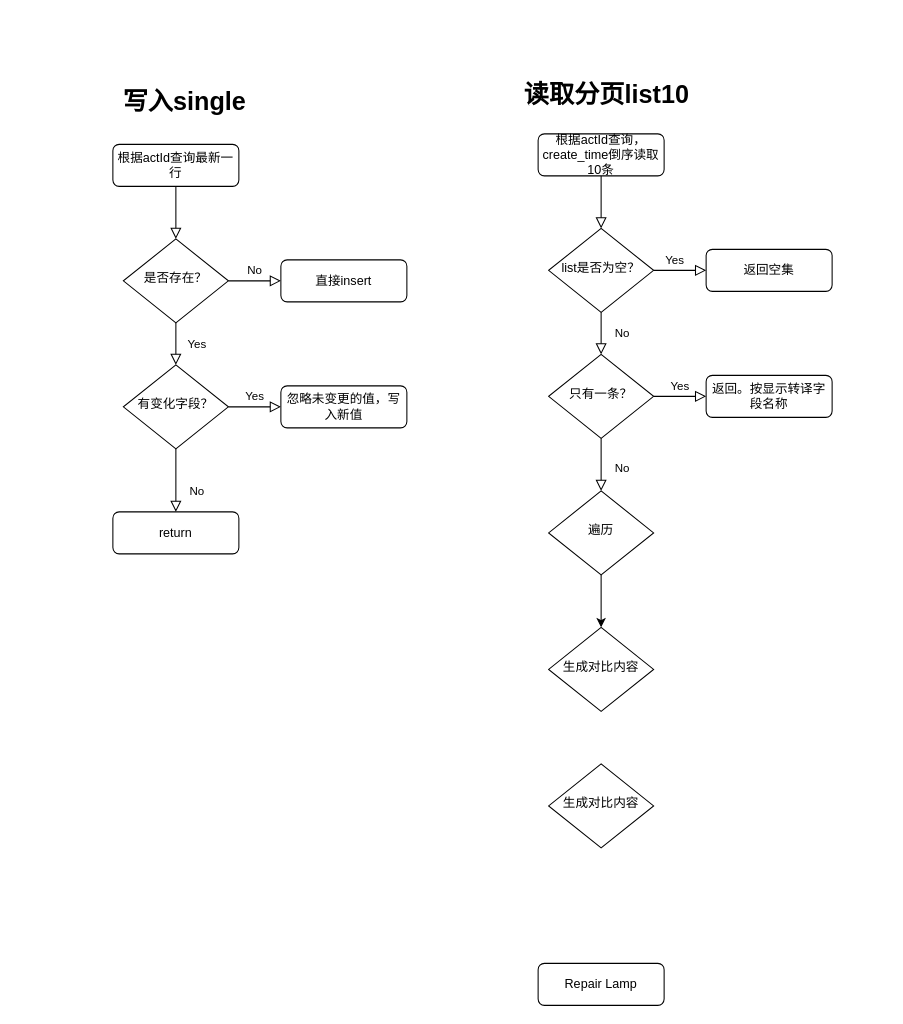
Before: 活动快照日志-流程图.drawio in Luffybaga/draw, a draw.io diagram. Source tidied: cells renumbered, new cells numbered last; positions are measured from the earlier drawing's top-left corner, leaving out a move shared by most shapes. Both pictures are drawn from the tidied source at 105%, with x=0, y=0 at pixel (65, 70).
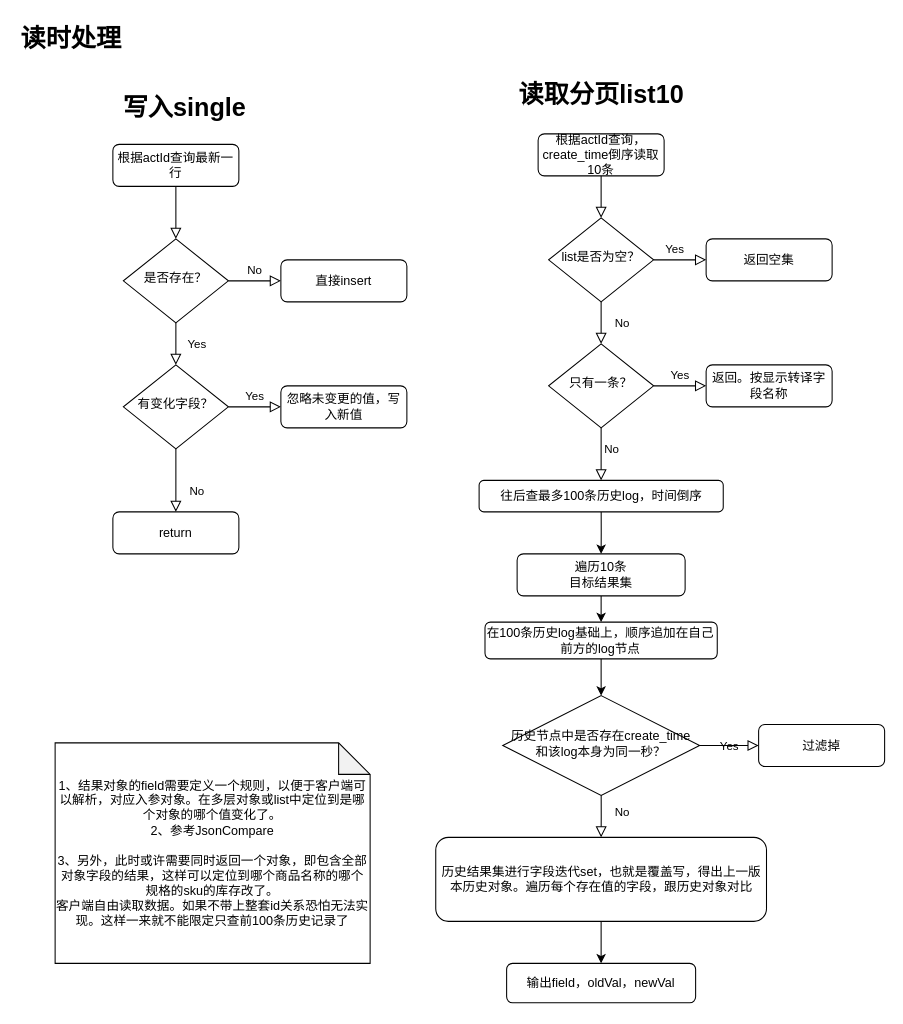
Above is the later version.

Commit message:
更新活动快照日志-流程图.drawio

The edit, as a diff of the source:
```diff
@@
     <mxCell id="13" value="写入single" style="text;strokeColor=none;fillColor=none;html=1;fontSize=24;fontStyle=1;verticalAlign=middle;align=center;" parent="1" vertex="1">
-      <mxGeometry y="10" width="225" height="40" as="geometry" />
+      <mxGeometry y="15" width="225" height="40" as="geometry" />
     </mxCell>
@@
     <mxCell id="18" value="list是否为空？" style="rhombus;whiteSpace=wrap;html=1;shadow=0;fontFamily=Helvetica;fontSize=12;align=center;strokeWidth=1;spacing=6;spacingTop=-4;" parent="1" vertex="1">
-      <mxGeometry x="460" y="150" width="100" height="80" as="geometry" />
+      <mxGeometry x="460" y="140" width="100" height="80" as="geometry" />
     </mxCell>
     <mxCell id="19" value="返回空集" style="rounded=1;whiteSpace=wrap;html=1;fontSize=12;glass=0;strokeWidth=1;shadow=0;" parent="1" vertex="1">
-      <mxGeometry x="610" y="170" width="120" height="40" as="geometry" />
+      <mxGeometry x="610" y="160" width="120" height="40" as="geometry" />
     </mxCell>
-    <mxCell id="20" value="No" style="rounded=0;html=1;jettySize=auto;fontSize=11;endArrow=block;endFill=0;endSize=8;strokeWidth=1;shadow=0;labelBackgroundColor=none;edgeStyle=orthogonalEdgeStyle;entryX=0.5;entryY=0;entryDx=0;entryDy=0;" parent="1" edge="1" source="22" target="27">
-      <mxGeometry x="0.14" y="20" relative="1" as="geometry" />
+    <mxCell id="20" value="No" style="rounded=0;html=1;jettySize=auto;fontSize=11;endArrow=block;endFill=0;endSize=8;strokeWidth=1;shadow=0;labelBackgroundColor=none;edgeStyle=orthogonalEdgeStyle;entryX=0.5;entryY=0;entryDx=0;entryDy=0;" parent="1" edge="1" source="22">
+      <mxGeometry x="-0.2" y="10" relative="1" as="geometry">
+        <mxPoint x="510" y="390" as="targetPoint" />
+      </mxGeometry>
     </mxCell>
@@
     <mxCell id="22" value="只有一条？" style="rhombus;whiteSpace=wrap;html=1;shadow=0;fontFamily=Helvetica;fontSize=12;align=center;strokeWidth=1;spacing=6;spacingTop=-4;" parent="1" vertex="1">
-      <mxGeometry x="460" y="270" width="100" height="80" as="geometry" />
+      <mxGeometry x="460" y="260" width="100" height="80" as="geometry" />
     </mxCell>
-    <mxCell id="23" value="Repair Lamp" style="rounded=1;whiteSpace=wrap;html=1;fontSize=12;glass=0;strokeWidth=1;shadow=0;" parent="1" vertex="1">
-      <mxGeometry x="450" y="850" width="120" height="40" as="geometry" />
-    </mxCell>
     <mxCell id="24" value="返回。按显示转译字段名称" style="rounded=1;whiteSpace=wrap;html=1;fontSize=12;glass=0;strokeWidth=1;shadow=0;" parent="1" vertex="1">
-      <mxGeometry x="610" y="290" width="120" height="40" as="geometry" />
+      <mxGeometry x="610" y="280" width="120" height="40" as="geometry" />
     </mxCell>
     <mxCell id="25" value="读取分页list10" style="text;strokeColor=none;fillColor=none;html=1;fontSize=24;fontStyle=1;verticalAlign=middle;align=center;" parent="1" vertex="1">
-      <mxGeometry x="400" width="230" height="45" as="geometry" />
+      <mxGeometry x="395" width="230" height="45" as="geometry" />
     </mxCell>
-    <mxCell id="26" style="edgeStyle=orthogonalEdgeStyle;rounded=0;jettySize=auto;html=1;" parent="1" edge="1" source="27" target="28">
-      <mxGeometry relative="1" as="geometry" />
-    </mxCell>
-    <mxCell id="27" value="遍历" style="rhombus;whiteSpace=wrap;html=1;shadow=0;fontFamily=Helvetica;fontSize=12;align=center;strokeWidth=1;spacing=6;spacingTop=-4;" parent="1" vertex="1">
-      <mxGeometry x="460" y="400" width="100" height="80" as="geometry" />
-    </mxCell>
-    <mxCell id="28" value="生成对比内容" style="rhombus;whiteSpace=wrap;html=1;shadow=0;fontFamily=Helvetica;fontSize=12;align=center;strokeWidth=1;spacing=6;spacingTop=-4;" parent="1" vertex="1">
-      <mxGeometry x="460" y="530" width="100" height="80" as="geometry" />
-    </mxCell>
-    <mxCell id="29" value="生成对比内容" style="rhombus;whiteSpace=wrap;html=1;shadow=0;fontFamily=Helvetica;fontSize=12;align=center;strokeWidth=1;spacing=6;spacingTop=-4;" parent="1" vertex="1">
-      <mxGeometry x="460" y="660" width="100" height="80" as="geometry" />
-    </mxCell>
+    <mxCell id="30" value="读时处理" style="text;strokeColor=none;fillColor=none;html=1;fontSize=24;fontStyle=1;verticalAlign=middle;align=center;" parent="1" vertex="1">
+      <mxGeometry x="-45" y="-50" width="100" height="40" as="geometry" />
+    </mxCell>
+    <mxCell id="31" style="edgeStyle=orthogonalEdgeStyle;rounded=0;jettySize=auto;html=1;exitX=0.5;exitY=1;exitDx=0;exitDy=0;entryX=0.5;entryY=0;entryDx=0;entryDy=0;" parent="1" edge="1" source="32" target="43">
+      <mxGeometry relative="1" as="geometry" />
+    </mxCell>
+    <mxCell id="32" value="往后查最多100条历史log，时间倒序&lt;br&gt;" style="rounded=1;whiteSpace=wrap;html=1;fontSize=12;glass=0;strokeWidth=1;shadow=0;" parent="1" vertex="1">
+      <mxGeometry x="393.8" y="390" width="232.5" height="30" as="geometry" />
+    </mxCell>
+    <mxCell id="33" style="edgeStyle=orthogonalEdgeStyle;rounded=0;jettySize=auto;html=1;entryX=0.5;entryY=0;entryDx=0;entryDy=0;" parent="1" edge="1" source="34" target="36">
+      <mxGeometry relative="1" as="geometry" />
+    </mxCell>
+    <mxCell id="34" value="在100条历史log基础上，顺序追加在自己前方的log节点" style="rounded=1;whiteSpace=wrap;html=1;fontSize=12;glass=0;strokeWidth=1;shadow=0;" parent="1" vertex="1">
+      <mxGeometry x="399.4" y="525" width="221.2" height="35" as="geometry" />
+    </mxCell>
+    <mxCell id="35" value="输出field，oldVal，newVal" style="rounded=1;whiteSpace=wrap;html=1;fontSize=12;glass=0;strokeWidth=1;shadow=0;" parent="1" vertex="1">
+      <mxGeometry x="420" y="850" width="180" height="37.5" as="geometry" />
+    </mxCell>
+    <mxCell id="36" value="历史节点中是否存在create_time和该log本身为同一秒？" style="rhombus;whiteSpace=wrap;html=1;shadow=0;fontFamily=Helvetica;fontSize=12;align=center;strokeWidth=1;spacing=6;spacingTop=-4;" parent="1" vertex="1">
+      <mxGeometry x="416.3" y="595" width="187.5" height="95" as="geometry" />
+    </mxCell>
+    <mxCell id="37" value="No" style="rounded=0;html=1;jettySize=auto;fontSize=11;endArrow=block;endFill=0;endSize=8;strokeWidth=1;shadow=0;labelBackgroundColor=none;edgeStyle=orthogonalEdgeStyle;exitX=0.5;exitY=1;exitDx=0;exitDy=0;entryX=0.5;entryY=0;entryDx=0;entryDy=0;" parent="1" edge="1" source="36" target="41">
+      <mxGeometry x="-0.2" y="20" relative="1" as="geometry" />
+    </mxCell>
+    <mxCell id="38" value="Yes" style="edgeStyle=orthogonalEdgeStyle;rounded=0;html=1;jettySize=auto;fontSize=11;endArrow=block;endFill=0;endSize=8;strokeWidth=1;shadow=0;labelBackgroundColor=none;exitX=1;exitY=0.5;exitDx=0;exitDy=0;entryX=0;entryY=0.5;entryDx=0;entryDy=0;" parent="1" edge="1" source="36" target="39">
+      <mxGeometry relative="1" as="geometry" />
+    </mxCell>
+    <mxCell id="39" value="过滤掉" style="rounded=1;whiteSpace=wrap;html=1;fontSize=12;glass=0;strokeWidth=1;shadow=0;" parent="1" vertex="1">
+      <mxGeometry x="660" y="622.5" width="120" height="40" as="geometry" />
+    </mxCell>
+    <mxCell id="40" style="edgeStyle=orthogonalEdgeStyle;rounded=0;jettySize=auto;html=1;entryX=0.5;entryY=0;entryDx=0;entryDy=0;" parent="1" edge="1" source="41" target="35">
+      <mxGeometry relative="1" as="geometry" />
+    </mxCell>
+    <mxCell id="41" value="历史结果集进行字段迭代set，也就是覆盖写，得出上一版本历史对象。遍历每个存在值的字段，跟历史对象对比" style="rounded=1;whiteSpace=wrap;html=1;fontSize=12;glass=0;strokeWidth=1;shadow=0;" parent="1" vertex="1">
+      <mxGeometry x="352.5" y="730" width="315" height="80" as="geometry" />
+    </mxCell>
+    <mxCell id="42" style="edgeStyle=orthogonalEdgeStyle;rounded=0;jettySize=auto;html=1;entryX=0.5;entryY=0;entryDx=0;entryDy=0;" parent="1" edge="1" source="43" target="34">
+      <mxGeometry relative="1" as="geometry" />
+    </mxCell>
+    <mxCell id="43" value="遍历10条&lt;br style=&quot;border-color: var(--border-color);&quot;&gt;目标结果集" style="rounded=1;whiteSpace=wrap;html=1;fontSize=12;glass=0;strokeWidth=1;shadow=0;" parent="1" vertex="1">
+      <mxGeometry x="430" y="460" width="160" height="40" as="geometry" />
+    </mxCell>
+    <mxCell id="44" value="1、结果对象的field需要定义一个规则，以便于客户端可以解析，对应入参对象。在多层对象或list中定位到是哪个对象的哪个值变化了。&lt;br&gt;2、参考JsonCompare&lt;br&gt;&lt;br&gt;3、另外，此时或许需要同时返回一个对象，即包含全部对象字段的结果，这样可以定位到哪个商品名称的哪个规格的sku的库存改了。&lt;br&gt;客户端自由读取数据。如果不带上整套id关系恐怕无法实现。这样一来就不能限定只查前100条历史记录了" style="shape=note;whiteSpace=wrap;html=1;backgroundOutline=1;darkOpacity=0.05;" parent="1" vertex="1">
+      <mxGeometry x="-10" y="640" width="300" height="210" as="geometry" />
+    </mxCell>
```
